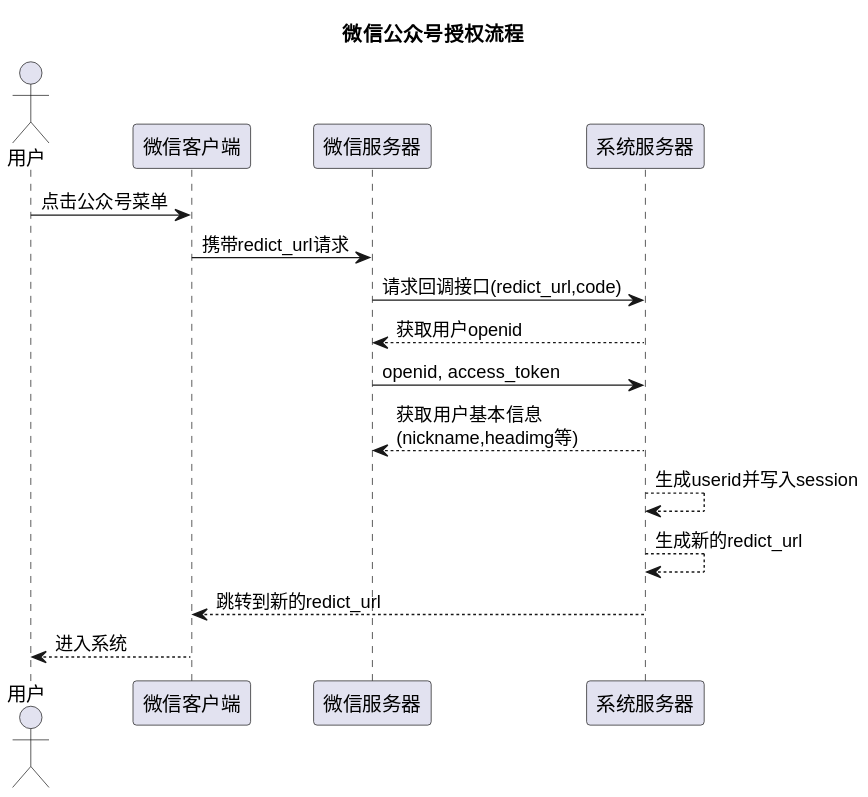
shanghaobo/PlantumlTest keeps this PlantUML diagram as images/test_sequence.svg. Above is the earlier version. Source of this version:
```plantuml
@startuml
title: 微信公众号授权流程

actor 用户
participant 微信客户端
participant 微信服务器
participant 系统服务器

用户 -> 微信客户端: 点击公众号菜单
微信客户端 -> 微信服务器: 携带redict_url请求
微信服务器 -> 系统服务器: 请求回调接口(redict_url,code)
微信服务器 <-- 系统服务器: 获取用户openid
微信服务器 -> 系统服务器: openid, access_token
微信服务器 <-- 系统服务器: 获取用户基本信息\n(nickname,headimg等)
系统服务器 --> 系统服务器: 生成userid并写入session
系统服务器 --> 系统服务器: 生成新的redict_url
微信客户端 <-- 系统服务器: 跳转到新的redict_url
用户 <-- 微信客户端: 进入系统
@enduml
```
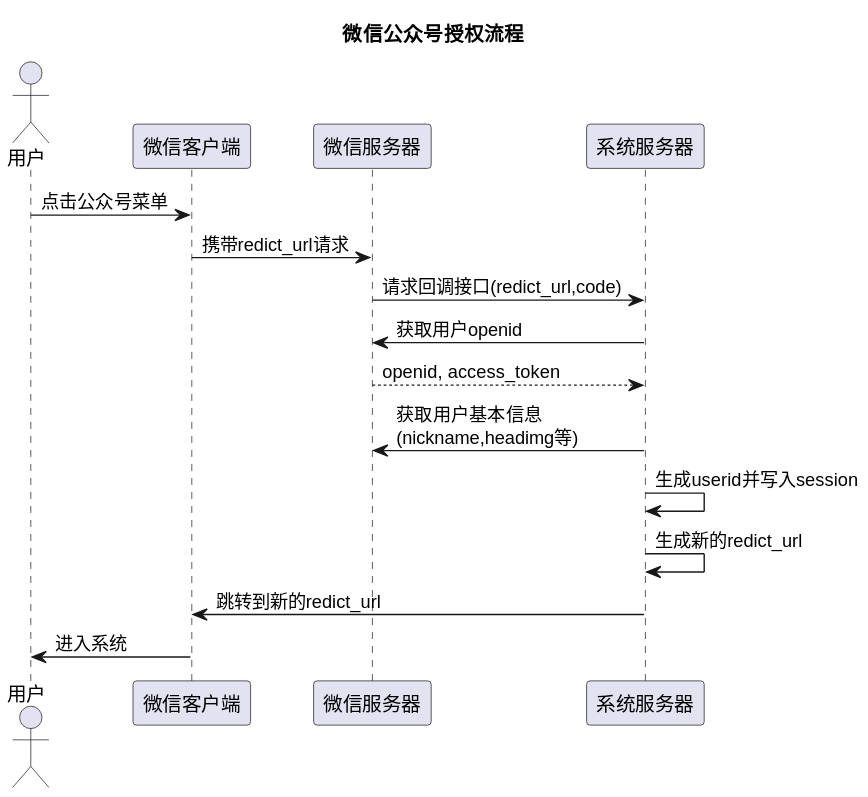
The same file after the commit.

Change to the diagram source:
```diff
@@ -9,11 +9,11 @@
 用户 -> 微信客户端: 点击公众号菜单
 微信客户端 -> 微信服务器: 携带redict_url请求
 微信服务器 -> 系统服务器: 请求回调接口(redict_url,code)
-微信服务器 <-- 系统服务器: 获取用户openid
-微信服务器 -> 系统服务器: openid, access_token
-微信服务器 <-- 系统服务器: 获取用户基本信息\n(nickname,headimg等)
-系统服务器 --> 系统服务器: 生成userid并写入session
-系统服务器 --> 系统服务器: 生成新的redict_url
-微信客户端 <-- 系统服务器: 跳转到新的redict_url
-用户 <-- 微信客户端: 进入系统
+微信服务器 <- 系统服务器: 获取用户openid
+微信服务器 --> 系统服务器: openid, access_token
+微信服务器 <- 系统服务器: 获取用户基本信息\n(nickname,headimg等)
+系统服务器 -> 系统服务器: 生成userid并写入session
+系统服务器 -> 系统服务器: 生成新的redict_url
+微信客户端 <- 系统服务器: 跳转到新的redict_url
+用户 <- 微信客户端: 进入系统
 @enduml
```
